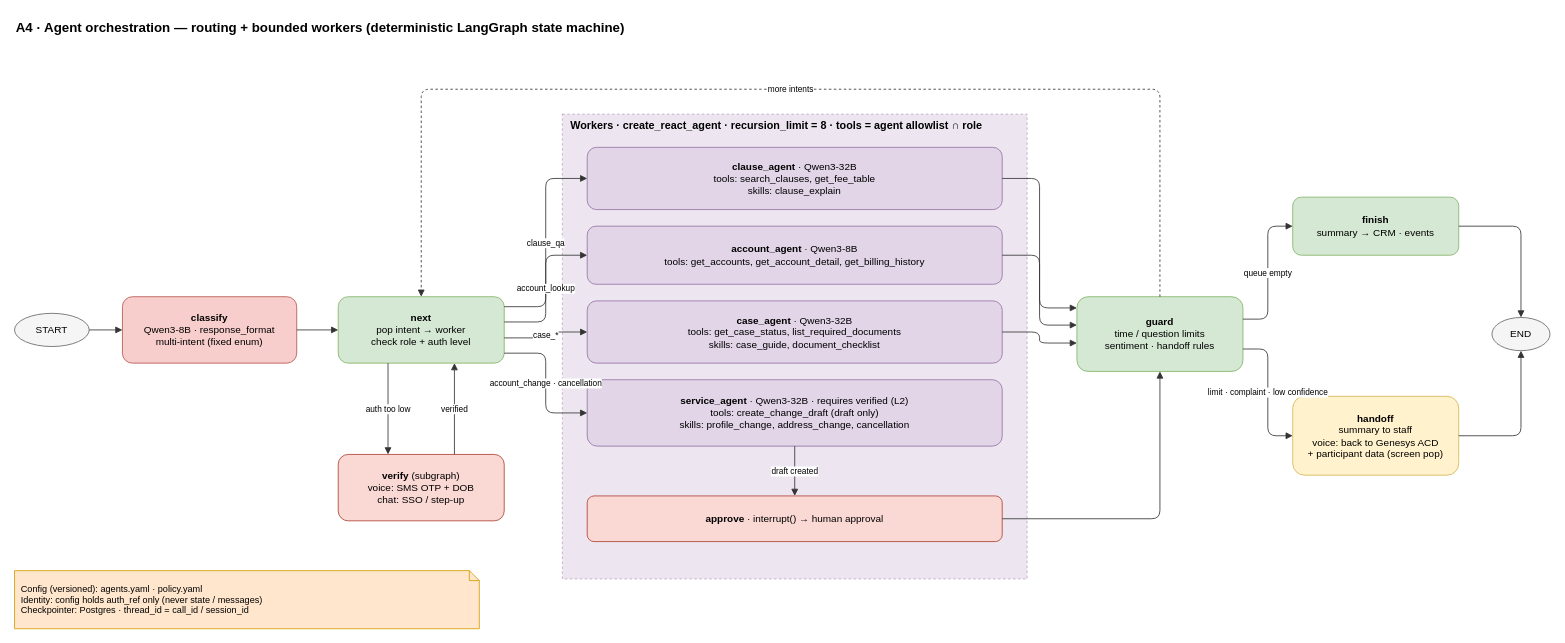
Earlier version of the draw.io diagram docs/diagrams/A4-agent-graph.drawio (airplanecraft/customer-support-agent). Source tidied: cells renumbered, new cells numbered last; positions are measured from the earlier drawing's top-left corner, leaving out a move shared by most shapes. Both pictures are drawn from the tidied source at 83%, with x=0, y=0 at pixel (14, 14).
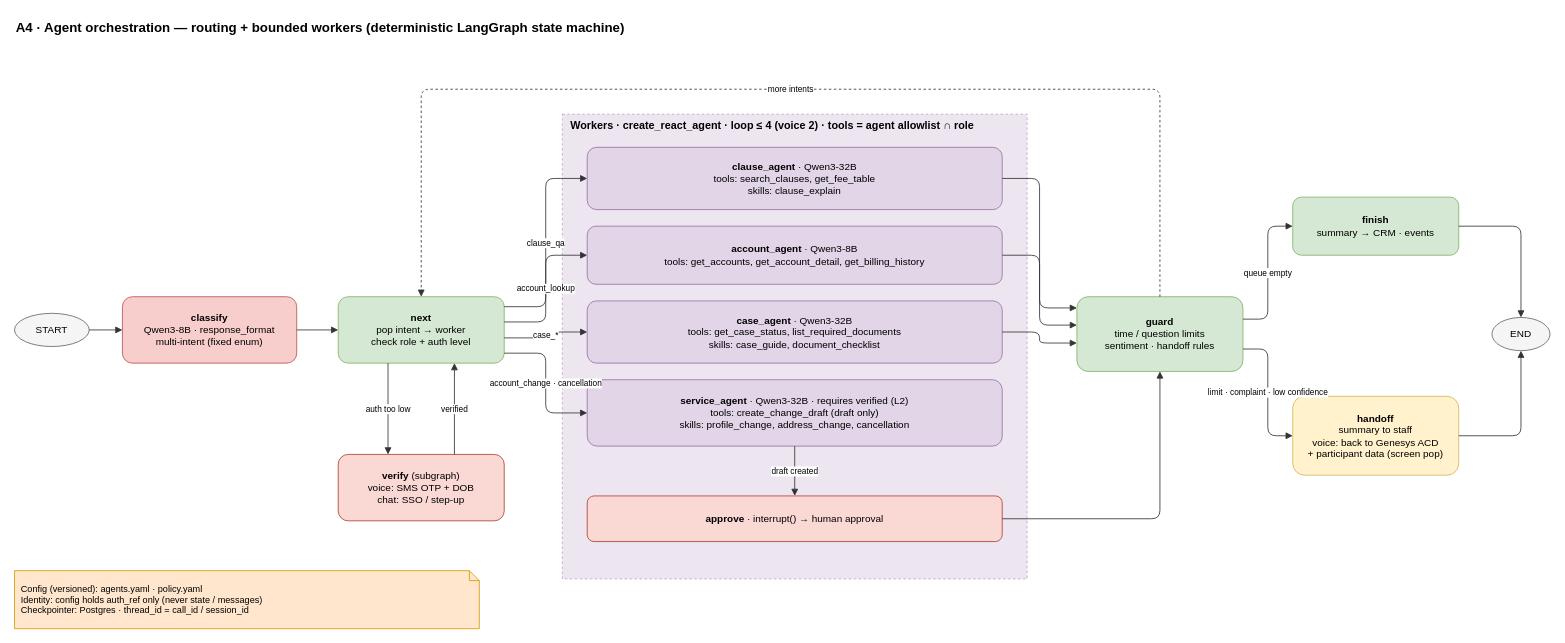
Above is the later version.

Commit message (it also covers changes not shown here):
Add Appendix A: limits, timeouts, loop caps and token budgets (EN + ZH)

What changed in the source:
```diff
@@
-    <mxCell id="7" value="Workers · create_react_agent · recursion_limit = 8 · tools = agent allowlist ∩ role" style="rounded=0;whiteSpace=wrap;html=1;fillColor=#e1d5e7;strokeColor=#9673a6;dashed=1;verticalAlign=top;align=left;spacingLeft=8;fontStyle=1;fontSize=13;opacity=60;" parent="1" vertex="1">
+    <mxCell id="7" value="Workers · create_react_agent · loop ≤ 4 (voice 2) · tools = agent allowlist ∩ role" style="rounded=0;whiteSpace=wrap;html=1;fillColor=#e1d5e7;strokeColor=#9673a6;dashed=1;verticalAlign=top;align=left;spacingLeft=8;fontStyle=1;fontSize=13;opacity=60;" parent="1" vertex="1">
       <mxGeometry x="660" y="120" width="560" height="560" as="geometry" />
     </mxCell>
```
